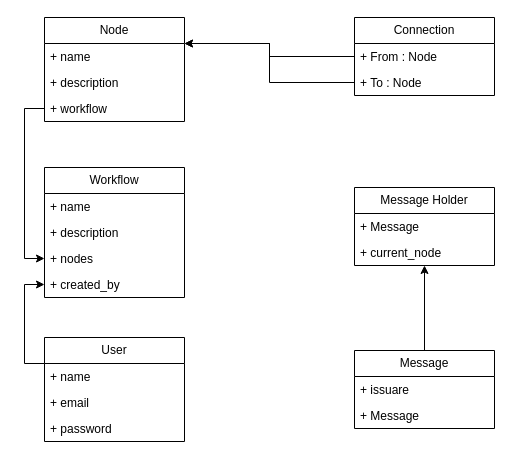
hasanforaty/FlexFlowAPI keeps this draw.io diagram as diagrams/Classes.drawio. Above is the earlier version. Source tidied: cells renumbered, new cells numbered last; positions are measured from the earlier drawing's top-left corner, leaving out a move shared by most shapes. Both pictures are drawn from the tidied source at 100%, with x=0, y=0 at pixel (44, 17).
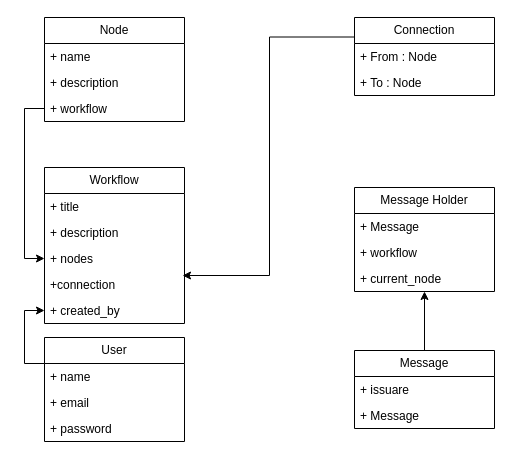
Above is the later version.

Commit message (it also covers changes not shown here):
create workflow model

The change refers to these unchanged cells:
```xml
<mxCell id="2" value="Node" style="swimlane;fontStyle=0;horizontal=1;startSize=26;fillColor=none;whiteSpace=wrap;html=1;" parent="1" vertex="1">
  <mxGeometry width="140" height="104" as="geometry" />
</mxCell>
<mxCell id="6" value="Connection" style="swimlane;fontStyle=0;horizontal=1;startSize=26;fillColor=none;whiteSpace=wrap;html=1;" parent="1" vertex="1">
  <mxGeometry x="310" width="140" height="78" as="geometry" />
</mxCell>
<mxCell id="7" value="+ From : Node" style="text;strokeColor=none;fillColor=none;align=left;verticalAlign=top;spacingLeft=4;spacingRight=4;overflow=hidden;points=[[0,0.5],[1,0.5]];portConstraint=eastwest;whiteSpace=wrap;html=1;" parent="6" vertex="1">
  <mxGeometry y="26" width="140" height="26" as="geometry" />
</mxCell>
<mxCell id="8" value="+ To : Node" style="text;strokeColor=none;fillColor=none;align=left;verticalAlign=top;spacingLeft=4;spacingRight=4;overflow=hidden;points=[[0,0.5],[1,0.5]];portConstraint=eastwest;whiteSpace=wrap;html=1;" parent="6" vertex="1">
  <mxGeometry y="52" width="140" height="26" as="geometry" />
</mxCell>
```

The edit, as a diff of the source:
```diff
@@
-    <mxCell id="9" style="edgeStyle=orthogonalEdgeStyle;rounded=0;jettySize=auto;html=1;exitX=0;exitY=0.5;exitDx=0;exitDy=0;entryX=1;entryY=0.25;entryDx=0;entryDy=0;" parent="1" edge="1" source="7" target="2">
-      <mxGeometry relative="1" as="geometry" />
-    </mxCell>
-    <mxCell id="10" style="edgeStyle=orthogonalEdgeStyle;rounded=0;jettySize=auto;html=1;exitX=0;exitY=0.5;exitDx=0;exitDy=0;entryX=1;entryY=0.25;entryDx=0;entryDy=0;" parent="1" edge="1" source="8" target="2">
-      <mxGeometry relative="1" as="geometry" />
-    </mxCell>
     <mxCell id="11" value="Workflow" style="swimlane;fontStyle=0;horizontal=1;startSize=26;fillColor=none;whiteSpace=wrap;html=1;" parent="1" vertex="1">
-      <mxGeometry y="150" width="140" height="130" as="geometry" />
+      <mxGeometry y="150" width="140" height="156" as="geometry" />
     </mxCell>
-    <mxCell id="12" value="+ name" style="text;strokeColor=none;fillColor=none;align=left;verticalAlign=top;spacingLeft=4;spacingRight=4;overflow=hidden;whiteSpace=wrap;html=1;" parent="11" vertex="1">
+    <mxCell id="12" value="+ title" style="text;strokeColor=none;fillColor=none;align=left;verticalAlign=top;spacingLeft=4;spacingRight=4;overflow=hidden;whiteSpace=wrap;html=1;" parent="11" vertex="1">
       <mxGeometry y="26" width="140" height="26" as="geometry" />
     </mxCell>
@@
+    <mxCell id="29" value="+connection" style="text;strokeColor=none;fillColor=none;align=left;verticalAlign=top;spacingLeft=4;spacingRight=4;overflow=hidden;points=[[0,0.5],[1,0.5]];portConstraint=eastwest;whiteSpace=wrap;html=1;" parent="11" vertex="1">
+      <mxGeometry y="104" width="140" height="26" as="geometry" />
+    </mxCell>
     <mxCell id="15" value="+ created_by" style="text;strokeColor=none;fillColor=none;align=left;verticalAlign=top;spacingLeft=4;spacingRight=4;overflow=hidden;points=[[0,0.5],[1,0.5]];portConstraint=eastwest;whiteSpace=wrap;html=1;" parent="11" vertex="1">
-      <mxGeometry y="104" width="140" height="26" as="geometry" />
+      <mxGeometry y="130" width="140" height="26" as="geometry" />
     </mxCell>
@@
     <mxCell id="26" value="Message Holder" style="swimlane;fontStyle=0;horizontal=1;startSize=26;fillColor=none;whiteSpace=wrap;html=1;" parent="1" vertex="1">
-      <mxGeometry x="310" y="170" width="140" height="78" as="geometry" />
+      <mxGeometry x="310" y="170" width="140" height="104" as="geometry" />
     </mxCell>
@@
-    <mxCell id="28" value="+ current_node" style="text;strokeColor=none;fillColor=none;align=left;verticalAlign=top;spacingLeft=4;spacingRight=4;overflow=hidden;whiteSpace=wrap;html=1;" parent="26" vertex="1">
+    <mxCell id="28" value="+ workflow" style="text;strokeColor=none;fillColor=none;align=left;verticalAlign=top;spacingLeft=4;spacingRight=4;overflow=hidden;whiteSpace=wrap;html=1;" parent="26" vertex="1">
       <mxGeometry y="52" width="140" height="26" as="geometry" />
     </mxCell>
+    <mxCell id="30" value="+ current_node" style="text;strokeColor=none;fillColor=none;align=left;verticalAlign=top;spacingLeft=4;spacingRight=4;overflow=hidden;whiteSpace=wrap;html=1;" parent="26" vertex="1">
+      <mxGeometry y="78" width="140" height="26" as="geometry" />
+    </mxCell>
+    <mxCell id="31" style="edgeStyle=orthogonalEdgeStyle;rounded=0;jettySize=auto;html=1;exitX=0;exitY=0.25;exitDx=0;exitDy=0;entryX=0.986;entryY=0.154;entryDx=0;entryDy=0;entryPerimeter=0;" parent="1" edge="1" source="6" target="29">
+      <mxGeometry relative="1" as="geometry" />
+    </mxCell>
```
